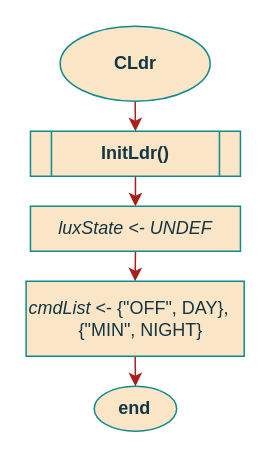
This is page "constructor" (2 of 3) of documentation/flowcharts/02Classes/CLdr.drawio from ESRGgroup9/slipad, a draw.io file, before an edit. Source tidied: cells renumbered, new cells numbered last; positions are measured from the earlier drawing's top-left corner, leaving out a move shared by most shapes. Both pictures are drawn from the tidied source at 150%, with x=0, y=0 at pixel (26, 26).
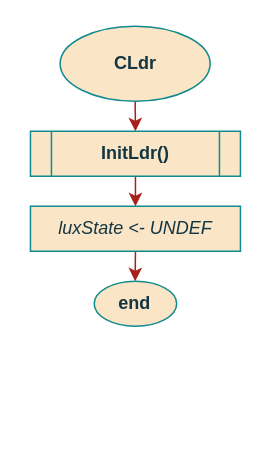
The same page after the edit.

Change to the diagram source:
```diff
@@
 <mxGraphModel>
   <root>
     <mxCell id="0" />
     <mxCell id="1" parent="0" />
-    <mxCell id="2" style="edgeStyle=orthogonalEdgeStyle;curved=0;rounded=1;sketch=0;jettySize=auto;html=1;exitX=0.5;exitY=1;exitDx=0;exitDy=0;entryX=0.5;entryY=0;entryDx=0;entryDy=0;fontColor=#143642;strokeColor=#A8201A;fillColor=#FAE5C7;" parent="1" edge="1" source="3" target="10">
-      <mxGeometry relative="1" as="geometry" />
+    <mxCell id="2" style="edgeStyle=orthogonalEdgeStyle;curved=0;rounded=1;sketch=0;jettySize=auto;html=1;exitX=0.5;exitY=1;exitDx=0;exitDy=0;entryX=0.5;entryY=0;entryDx=0;entryDy=0;fontColor=#143642;strokeColor=#A8201A;fillColor=#FAE5C7;" parent="1" edge="1" source="3">
+      <mxGeometry relative="1" as="geometry">
+        <mxPoint x="72.6" y="170" as="targetPoint" />
+      </mxGeometry>
     </mxCell>
     <mxCell id="3" value="&lt;i&gt;luxState &amp;lt;- UNDEF&lt;/i&gt;&lt;br&gt;&lt;i&gt;&lt;/i&gt;" style="rounded=0;whiteSpace=wrap;html=1;sketch=0;fontColor=#143642;strokeColor=#0F8B8D;fillColor=#FAE5C7;fontFamily=Helvetica;" parent="1" vertex="1">
       <mxGeometry x="2.8" y="120" width="140" height="30" as="geometry" />
     </mxCell>
     <mxCell id="4" style="edgeStyle=orthogonalEdgeStyle;curved=0;rounded=1;sketch=0;jettySize=auto;html=1;exitX=0.5;exitY=1;exitDx=0;exitDy=0;entryX=0.5;entryY=0;entryDx=0;entryDy=0;fontColor=#143642;strokeColor=#A8201A;fillColor=#FAE5C7;" parent="1" edge="1" source="5">
       <mxGeometry relative="1" as="geometry">
         <mxPoint x="72.8" y="70" as="targetPoint" />
       </mxGeometry>
     </mxCell>
     <mxCell id="5" value="CLdr" style="ellipse;whiteSpace=wrap;html=1;fontFamily=Helvetica;fillColor=#FAE5C7;strokeColor=#0F8B8D;fontColor=#143642;fontStyle=1;" parent="1" vertex="1">
       <mxGeometry x="22.6" width="100" height="50" as="geometry" />
     </mxCell>
     <mxCell id="6" value="end" style="ellipse;whiteSpace=wrap;html=1;fontFamily=Helvetica;fillColor=#FAE5C7;strokeColor=#0F8B8D;fontColor=#143642;fontStyle=1;" parent="1" vertex="1">
-      <mxGeometry x="45.3" y="240" width="55" height="30" as="geometry" />
+      <mxGeometry x="45.3" y="170" width="55" height="30" as="geometry" />
     </mxCell>
     <mxCell id="7" style="edgeStyle=orthogonalEdgeStyle;rounded=1;jettySize=auto;html=1;exitX=0.5;exitY=1;exitDx=0;exitDy=0;entryX=0.5;entryY=0;entryDx=0;entryDy=0;strokeColor=#A8201A;" parent="1" edge="1" source="8" target="3">
       <mxGeometry relative="1" as="geometry" />
     </mxCell>
     <mxCell id="8" value="InitLdr()" style="shape=process;whiteSpace=wrap;html=1;backgroundOutline=1;rounded=0;sketch=0;fontColor=#143642;strokeColor=#0F8B8D;fillColor=#FAE5C7;fontStyle=1;" parent="1" vertex="1">
       <mxGeometry x="2.8" y="70" width="140" height="30" as="geometry" />
     </mxCell>
-    <mxCell id="9" style="edgeStyle=orthogonalEdgeStyle;rounded=1;jettySize=auto;html=1;exitX=0.5;exitY=1;exitDx=0;exitDy=0;entryX=0.5;entryY=0;entryDx=0;entryDy=0;strokeColor=#A8201A;" parent="1" edge="1" source="10" target="6">
-      <mxGeometry relative="1" as="geometry" />
-    </mxCell>
-    <mxCell id="10" value="&lt;div align=&quot;left&quot;&gt;&lt;i&gt;cmdList&lt;/i&gt; &amp;lt;- {&quot;OFF&quot;, DAY},&lt;/div&gt;&lt;div align=&quot;left&quot;&gt;&lt;span style=&quot;white-space: pre&quot;&gt;&lt;span style=&quot;white-space: pre&quot;&gt; &lt;/span&gt;         &lt;/span&gt;{&quot;MIN&quot;, NIGHT}&lt;br&gt;&lt;/div&gt;" style="rounded=0;whiteSpace=wrap;html=1;sketch=0;fontColor=#143642;strokeColor=#0F8B8D;fillColor=#FAE5C7;fontFamily=Helvetica;align=left;" parent="1" vertex="1">
-      <mxGeometry x="-0.1" y="170" width="145.4" height="50" as="geometry" />
-    </mxCell>
   </root>
 </mxGraphModel>
```
